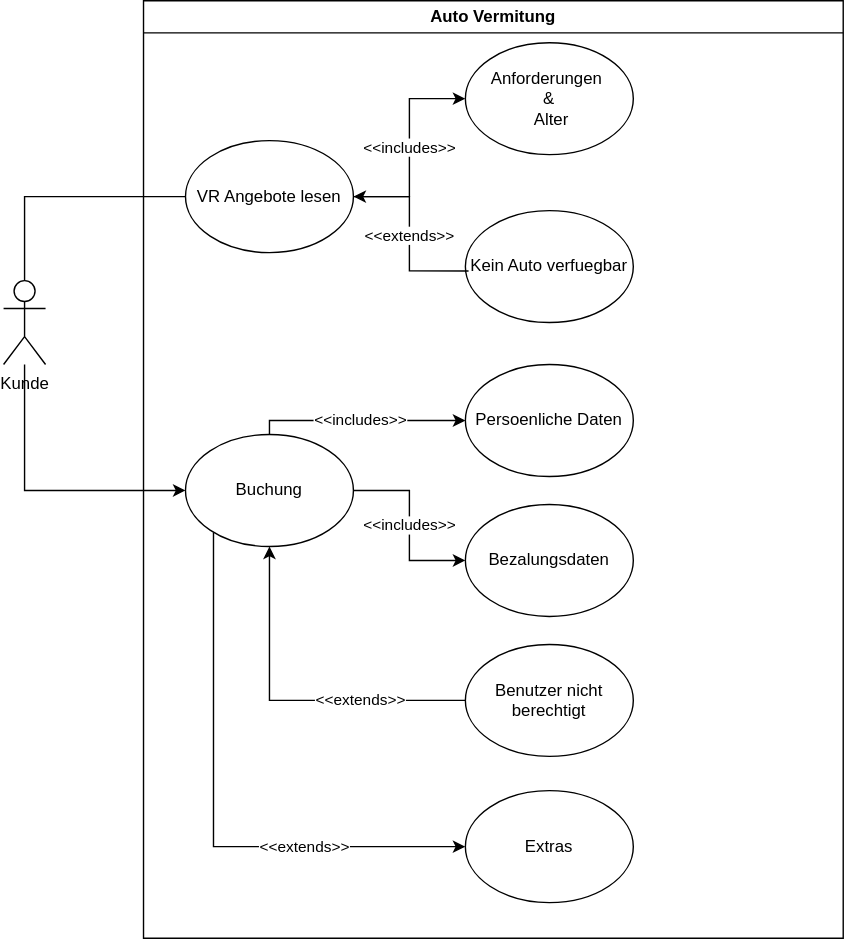
Earlier version of the draw.io export sw-eng-01.drawio.svg (MassimiIiano/software-eng-projects-uni). Source tidied: cells renumbered, new cells last; positions are measured from the earlier drawing's top-left corner, leaving out a move shared by most shapes.
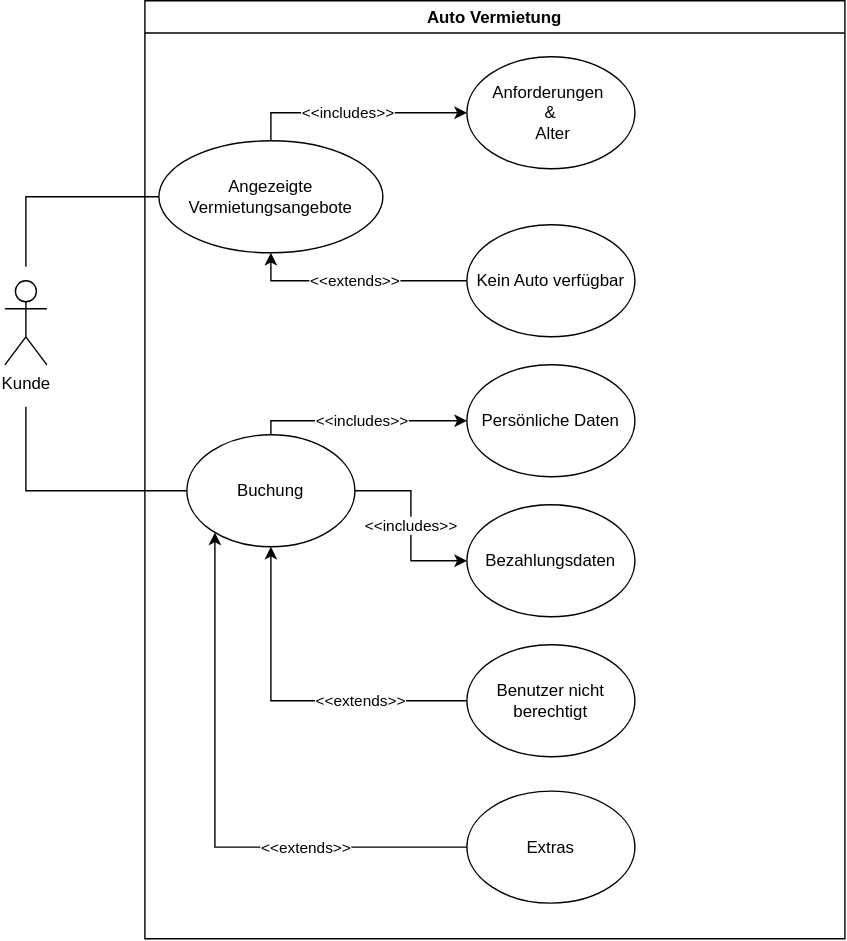
After the commit.

Commit message:
Cleanup graph 1

Adjust the arrows correctly and rename the offers use case to make it
less ambiguous.

The edit, as a diff of the source:
```diff
@@ -2,15 +2,17 @@
   <root>
     <mxCell id="0" />
     <mxCell id="1" parent="0" />
-    <mxCell id="2" style="edgeStyle=orthogonalEdgeStyle;rounded=0;jettySize=auto;html=1;endArrow=none;endFill=0;" parent="1" edge="1" source="4" target="8">
+    <mxCell id="2" style="edgeStyle=orthogonalEdgeStyle;rounded=0;jettySize=auto;html=1;endArrow=none;endFill=0;" parent="1" edge="1" target="8">
       <mxGeometry relative="1" as="geometry">
+        <mxPoint x="15" y="190" as="sourcePoint" />
         <Array as="points">
           <mxPoint x="15" y="140" />
         </Array>
       </mxGeometry>
     </mxCell>
-    <mxCell id="3" style="edgeStyle=orthogonalEdgeStyle;rounded=0;jettySize=auto;html=1;" parent="1" edge="1" source="4" target="13">
+    <mxCell id="3" style="edgeStyle=orthogonalEdgeStyle;rounded=0;jettySize=auto;html=1;endArrow=none;endFill=0;" parent="1" edge="1" target="13">
       <mxGeometry relative="1" as="geometry">
+        <mxPoint x="15" y="290" as="sourcePoint" />
         <Array as="points">
           <mxPoint x="15" y="350" />
         </Array>
@@ -19,22 +21,28 @@
     <mxCell id="4" value="Kunde" style="shape=umlActor;verticalLabelPosition=bottom;verticalAlign=top;html=1;outlineConnect=0;" parent="1" vertex="1">
       <mxGeometry y="200" width="30" height="60" as="geometry" />
     </mxCell>
-    <mxCell id="5" value="Auto Vermitung" style="swimlane;whiteSpace=wrap;html=1;" parent="1" vertex="1">
+    <mxCell id="5" value="Auto Vermietung" style="swimlane;whiteSpace=wrap;html=1;" parent="1" vertex="1">
       <mxGeometry x="100" width="500" height="670" as="geometry" />
     </mxCell>
-    <mxCell id="6" value="Bezalungsdaten" style="ellipse;whiteSpace=wrap;html=1;" parent="5" vertex="1">
+    <mxCell id="6" value="Bezahlungsdaten" style="ellipse;whiteSpace=wrap;html=1;" parent="5" vertex="1">
       <mxGeometry x="230" y="360" width="120" height="80" as="geometry" />
     </mxCell>
-    <mxCell id="7" value="&amp;lt;&amp;lt;includes&amp;gt;&amp;gt;" style="edgeStyle=orthogonalEdgeStyle;rounded=0;jettySize=auto;html=1;" parent="5" edge="1" source="8" target="15">
-      <mxGeometry relative="1" as="geometry" />
+    <mxCell id="7" value="&amp;lt;&amp;lt;includes&amp;gt;&amp;gt;" style="edgeStyle=orthogonalEdgeStyle;rounded=0;orthogonalLoop=1;jettySize=auto;html=1;endArrow=classic;endFill=1;entryX=0;entryY=0.5;entryDx=0;entryDy=0;startArrow=none;startFill=0;" parent="5" edge="1">
+      <mxGeometry relative="1" as="geometry">
+        <mxPoint x="90" y="110" as="sourcePoint" />
+        <mxPoint x="230" y="80" as="targetPoint" />
+        <Array as="points">
+          <mxPoint x="90" y="80" />
+        </Array>
+      </mxGeometry>
     </mxCell>
-    <mxCell id="8" value="VR Angebote lesen" style="ellipse;whiteSpace=wrap;html=1;" parent="5" vertex="1">
-      <mxGeometry x="30" y="100" width="120" height="80" as="geometry" />
+    <mxCell id="8" value="&lt;p&gt;&lt;span class=&quot;--l --r sentence_highlight&quot;&gt;&lt;span class=&quot;--l --r&quot;&gt;Angezeigte Vermietungsangebote&lt;/span&gt;&lt;span class=&quot;--l --r&quot;&gt;&lt;br&gt;&lt;/span&gt;&lt;/span&gt;&lt;/p&gt;" style="ellipse;whiteSpace=wrap;html=1;" parent="5" vertex="1">
+      <mxGeometry x="10" y="100" width="160" height="80" as="geometry" />
     </mxCell>
-    <mxCell id="9" value="&amp;lt;&amp;lt;includes&amp;gt;&amp;gt;" style="edgeStyle=orthogonalEdgeStyle;rounded=0;jettySize=auto;html=1;" parent="5" edge="1" source="13" target="6">
+    <mxCell id="9" value="&amp;lt;&amp;lt;includes&amp;gt;&amp;gt;" style="edgeStyle=orthogonalEdgeStyle;rounded=0;jettySize=auto;html=1;endArrow=classic;endFill=1;startArrow=none;startFill=0;" parent="5" edge="1" source="13" target="6">
       <mxGeometry relative="1" as="geometry" />
     </mxCell>
-    <mxCell id="10" value="&amp;lt;&amp;lt;includes&amp;gt;&amp;gt;" style="edgeStyle=orthogonalEdgeStyle;rounded=0;jettySize=auto;html=1;" parent="5" edge="1" source="13" target="14">
+    <mxCell id="10" value="&amp;lt;&amp;lt;includes&amp;gt;&amp;gt;" style="edgeStyle=orthogonalEdgeStyle;rounded=0;jettySize=auto;html=1;endArrow=classic;endFill=1;startArrow=none;startFill=0;" parent="5" edge="1" source="13" target="14">
       <mxGeometry relative="1" as="geometry">
         <Array as="points">
           <mxPoint x="90" y="300" />
@@ -48,7 +56,7 @@
         </Array>
       </mxGeometry>
     </mxCell>
-    <mxCell id="12" value="&amp;lt;&amp;lt;extends&amp;gt;&amp;gt;" style="edgeStyle=orthogonalEdgeStyle;rounded=0;jettySize=auto;html=1;entryX=0;entryY=0.5;entryDx=0;entryDy=0;" parent="5" edge="1" source="13" target="19">
+    <mxCell id="12" value="&amp;lt;&amp;lt;extends&amp;gt;&amp;gt;" style="edgeStyle=orthogonalEdgeStyle;rounded=0;jettySize=auto;html=1;entryX=0;entryY=0.5;entryDx=0;entryDy=0;endArrow=none;endFill=0;startArrow=classic;startFill=1;" parent="5" edge="1" source="13" target="19">
       <mxGeometry x="0.43" relative="1" as="geometry">
         <Array as="points">
           <mxPoint x="50" y="605" />
@@ -58,17 +66,21 @@
     <mxCell id="13" value="Buchung" style="ellipse;whiteSpace=wrap;html=1;" parent="5" vertex="1">
       <mxGeometry x="30" y="310" width="120" height="80" as="geometry" />
     </mxCell>
-    <mxCell id="14" value="Persoenliche Daten" style="ellipse;whiteSpace=wrap;html=1;" parent="5" vertex="1">
+    <mxCell id="14" value="&lt;div&gt;Persönliche Daten&lt;/div&gt;" style="ellipse;whiteSpace=wrap;html=1;" parent="5" vertex="1">
       <mxGeometry x="230" y="260" width="120" height="80" as="geometry" />
     </mxCell>
     <mxCell id="15" value="&lt;div&gt;Anforderungen&amp;nbsp;&lt;/div&gt;&lt;div&gt;&amp;amp;&lt;/div&gt;&lt;div&gt;&amp;nbsp;Alter&lt;/div&gt;" style="ellipse;whiteSpace=wrap;html=1;" parent="5" vertex="1">
-      <mxGeometry x="230" y="30" width="120" height="80" as="geometry" />
+      <mxGeometry x="230" y="40" width="120" height="80" as="geometry" />
     </mxCell>
-    <mxCell id="16" value="Kein Auto verfuegbar" style="ellipse;whiteSpace=wrap;html=1;" parent="5" vertex="1">
-      <mxGeometry x="230" y="150" width="120" height="80" as="geometry" />
+    <mxCell id="16" value="Kein Auto verfügbar" style="ellipse;whiteSpace=wrap;html=1;" parent="5" vertex="1">
+      <mxGeometry x="230" y="160" width="120" height="80" as="geometry" />
     </mxCell>
-    <mxCell id="17" value="&amp;lt;&amp;lt;extends&amp;gt;&amp;gt;" style="edgeStyle=orthogonalEdgeStyle;rounded=0;jettySize=auto;html=1;entryX=0.019;entryY=0.539;entryDx=0;entryDy=0;entryPerimeter=0;startArrow=classic;startFill=1;endArrow=none;endFill=0;" parent="5" edge="1" source="8" target="16">
-      <mxGeometry relative="1" as="geometry" />
+    <mxCell id="17" value="&amp;lt;&amp;lt;extends&amp;gt;&amp;gt;" style="edgeStyle=orthogonalEdgeStyle;rounded=0;jettySize=auto;html=1;entryX=0;entryY=0.5;entryDx=0;entryDy=0;startArrow=classic;startFill=1;endArrow=none;endFill=0;" parent="5" edge="1" source="8" target="16">
+      <mxGeometry relative="1" as="geometry">
+        <Array as="points">
+          <mxPoint x="90" y="200" />
+        </Array>
+      </mxGeometry>
     </mxCell>
     <mxCell id="18" value="Benutzer nicht berechtigt" style="ellipse;whiteSpace=wrap;html=1;" parent="5" vertex="1">
       <mxGeometry x="230" y="460" width="120" height="80" as="geometry" />
```
